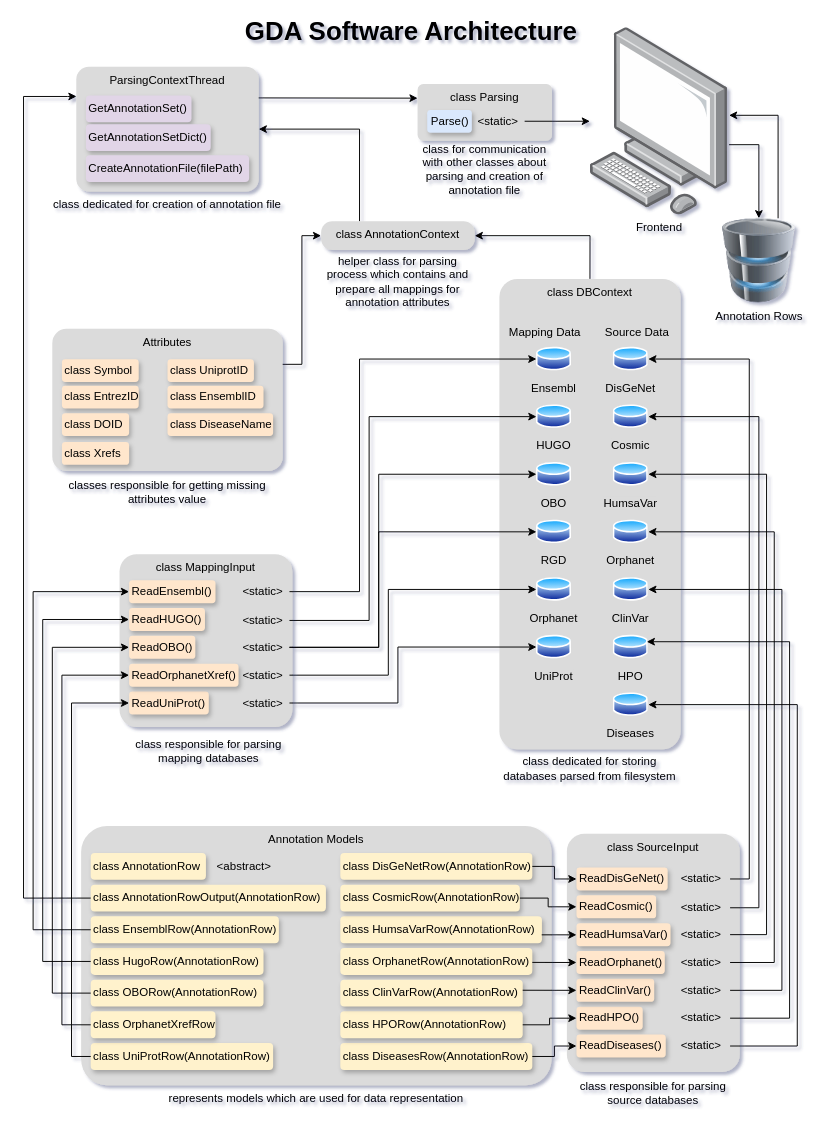
This is GDA_Diagram.drawio from lukamilosevic11/GDA, a draw.io file, before an edit. Source tidied: cells renumbered, new cells numbered last; positions are measured from the earlier drawing's top-left corner, leaving out a move shared by most shapes. Both pictures are drawn from the tidied source at 96%, with x=0, y=0 at pixel (23, 17). Pictures stored in the file or linked from it are replaced by grey dashed boxes.
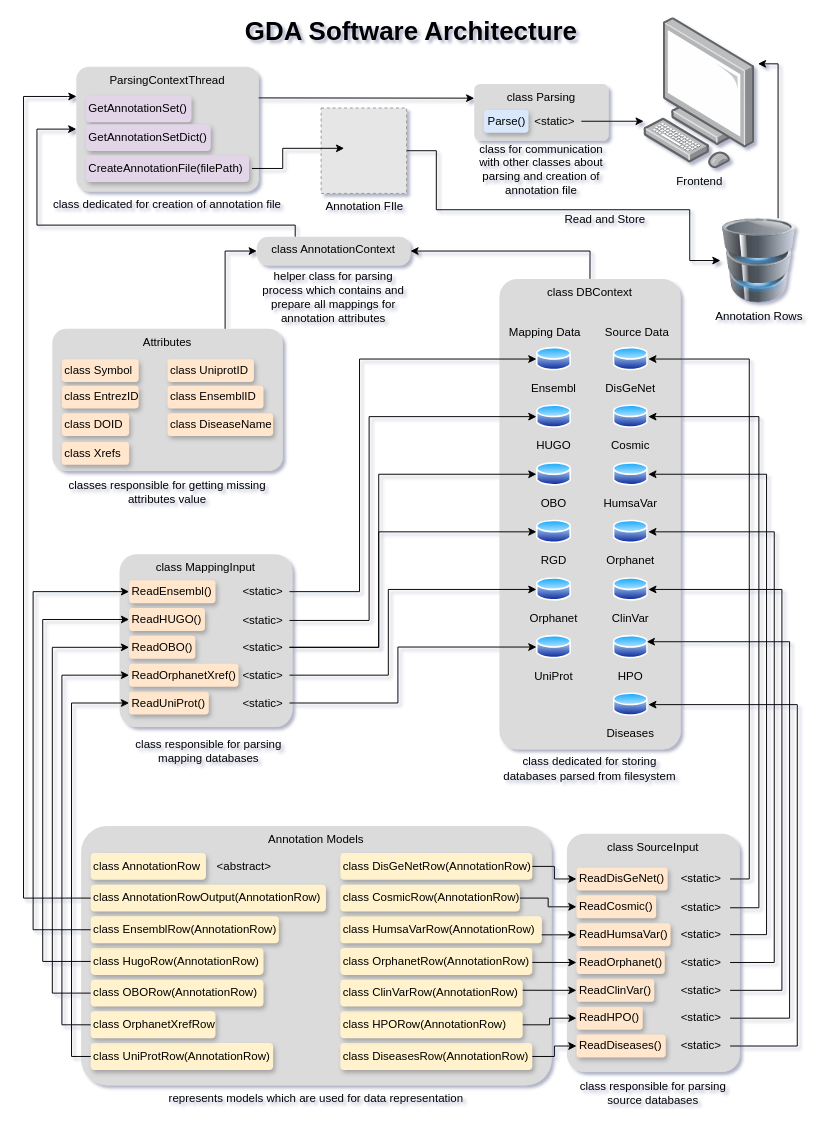
The same diagram, later.

The change refers to these unchanged cells:
```xml
<mxCell id="3" value="Annotation Rows" style="image;html=1;image=img/lib/clip_art/computers/Database_128x128.png;labelBackgroundColor=none;" parent="1" vertex="1">
  <mxGeometry x="726" y="208.9" width="80" height="88" as="geometry" />
</mxCell>
<mxCell id="10" value="ParsingContextThread" style="rounded=1;arcSize=10;strokeColor=none;fillColor=#DBDBDB;gradientColor=none;sketch=0;fontColor=#000000;verticalAlign=top;" parent="9" vertex="1">
  <mxGeometry x="25" width="190" height="130" as="geometry" />
</mxCell>
<mxCell id="70" value="Attributes" style="rounded=1;arcSize=10;strokeColor=none;fillColor=#DBDBDB;gradientColor=none;sketch=0;fontColor=#000000;verticalAlign=top;" parent="68" vertex="1">
  <mxGeometry width="240" height="148" as="geometry" />
</mxCell>
<mxCell id="127" value="class AnnotationContext" style="rounded=1;arcSize=39;strokeColor=none;fillColor=#DBDBDB;gradientColor=none;sketch=0;fontColor=#000000;verticalAlign=top;" parent="126" vertex="1" collapsed="1">
  <mxGeometry width="160" height="30" as="geometry" />
</mxCell>
```

Diff of the diagram source:
```diff
@@
-    <mxCell id="2" style="edgeStyle=orthogonalEdgeStyle;rounded=0;jettySize=auto;html=1;exitX=0.75;exitY=0;exitDx=0;exitDy=0;entryX=1.007;entryY=0.468;entryDx=0;entryDy=0;entryPerimeter=0;" parent="1" edge="1" source="3" target="92">
-      <mxGeometry relative="1" as="geometry" />
-    </mxCell>
+    <mxCell id="130" style="edgeStyle=orthogonalEdgeStyle;rounded=0;jettySize=auto;html=1;exitX=0.75;exitY=0;exitDx=0;exitDy=0;" parent="1" edge="1" source="3">
+      <mxGeometry relative="1" as="geometry">
+        <mxPoint x="765" y="48" as="targetPoint" />
+        <Array as="points">
+          <mxPoint x="786" y="48" />
+          <mxPoint x="765" y="48" />
+        </Array>
+      </mxGeometry>
+    </mxCell>
@@
     <mxCell id="4" style="group;align=center;spacingLeft=0;" parent="1" vertex="1">
-      <mxGeometry x="403" y="69" width="155" height="119" as="geometry" />
+      <mxGeometry x="462" y="69" width="155" height="119" as="geometry" />
     </mxCell>
@@
-    <mxCell id="91" style="edgeStyle=orthogonalEdgeStyle;rounded=0;jettySize=auto;html=1;exitX=1.007;exitY=0.625;exitDx=0;exitDy=0;exitPerimeter=0;entryX=0.5;entryY=0;entryDx=0;entryDy=0;" parent="1" edge="1" source="92" target="3">
-      <mxGeometry relative="1" as="geometry">
-        <Array as="points">
-          <mxPoint x="766" y="132" />
-        </Array>
-      </mxGeometry>
-    </mxCell>
     <mxCell id="92" value="Frontend" style="points=[];html=1;align=center;shadow=0;dashed=0;image;image=img/lib/allied_telesis/computer_and_terminals/Personal_Computer.svg;labelBackgroundColor=none;labelBorderColor=none;sketch=0;fillStyle=auto;fontColor=#000000;strokeColor=#000000;fillColor=#2F5B7C;" parent="1" vertex="1">
-      <mxGeometry x="590" y="10.3" width="143.9" height="195.1" as="geometry" />
+      <mxGeometry x="646" width="116" height="157.2" as="geometry" />
     </mxCell>
@@
-    <mxCell id="95" style="edgeStyle=orthogonalEdgeStyle;rounded=0;jettySize=auto;html=1;exitX=0.25;exitY=0;exitDx=0;exitDy=0;entryX=1;entryY=0.5;entryDx=0;entryDy=0;fontColor=#000000;" parent="1" edge="1" source="127" target="10">
-      <mxGeometry relative="1" as="geometry" />
-    </mxCell>
@@
-    <mxCell id="109" style="edgeStyle=orthogonalEdgeStyle;rounded=0;jettySize=auto;html=1;exitX=1;exitY=0.25;exitDx=0;exitDy=0;entryX=0;entryY=0.5;entryDx=0;entryDy=0;fontColor=#000000;" parent="1" edge="1" source="70" target="127">
-      <mxGeometry relative="1" as="geometry" />
-    </mxCell>
@@
     <mxCell id="126" style="group;" parent="1" vertex="1">
-      <mxGeometry x="310" y="212" width="160" height="96" as="geometry" />
+      <mxGeometry x="243" y="228" width="160" height="96" as="geometry" />
     </mxCell>
@@
+    <mxCell id="131" style="edgeStyle=orthogonalEdgeStyle;rounded=0;jettySize=auto;html=1;entryX=0;entryY=0.5;entryDx=0;entryDy=0;sourcePerimeterSpacing=-21;" parent="1" edge="1" source="132" target="3">
+      <mxGeometry relative="1" as="geometry">
+        <Array as="points">
+          <mxPoint x="430" y="139" />
+          <mxPoint x="430" y="200" />
+          <mxPoint x="694" y="200" />
+          <mxPoint x="694" y="253" />
+        </Array>
+      </mxGeometry>
+    </mxCell>
+    <mxCell id="132" value="Annotation FIle" style="fillColor=#E6E6E6;strokeColor=#999999;dashed=1;html=1;verticalAlign=top;verticalLabelPosition=bottom;labelBackgroundColor=none;" parent="1" vertex="1">
+      <mxGeometry x="310" y="94" width="89" height="89" as="geometry" />
+    </mxCell>
+    <mxCell id="109" style="edgeStyle=orthogonalEdgeStyle;rounded=0;jettySize=auto;html=1;exitX=0.75;exitY=0;exitDx=0;exitDy=0;entryX=0;entryY=0.5;entryDx=0;entryDy=0;" parent="1" edge="1" source="70" target="127">
+      <mxGeometry relative="1" as="geometry" />
+    </mxCell>
+    <mxCell id="133" style="edgeStyle=orthogonalEdgeStyle;rounded=0;orthogonalLoop=1;jettySize=auto;html=1;sourcePerimeterSpacing=0;targetPerimeterSpacing=0;" parent="1" edge="1">
+      <mxGeometry relative="1" as="geometry">
+        <mxPoint x="238" y="157" as="sourcePoint" />
+        <mxPoint x="334" y="136" as="targetPoint" />
+        <Array as="points">
+          <mxPoint x="270" y="157" />
+          <mxPoint x="270" y="136" />
+          <mxPoint x="333" y="136" />
+        </Array>
+      </mxGeometry>
+    </mxCell>
+    <mxCell id="134" value="Read and Store" style="text;html=1;strokeColor=none;fillColor=none;align=center;verticalAlign=middle;whiteSpace=wrap;rounded=0;labelBackgroundColor=none;labelBorderColor=none;" parent="1" vertex="1">
+      <mxGeometry x="558" y="195" width="96" height="30" as="geometry" />
+    </mxCell>
+    <mxCell id="95" style="edgeStyle=orthogonalEdgeStyle;rounded=0;jettySize=auto;html=1;exitX=0.25;exitY=0;exitDx=0;exitDy=0;entryX=0;entryY=0.5;entryDx=0;entryDy=0;" parent="1" edge="1" source="127" target="10">
+      <mxGeometry relative="1" as="geometry">
+        <Array as="points">
+          <mxPoint x="283" y="216" />
+          <mxPoint x="14" y="216" />
+          <mxPoint x="14" y="116" />
+        </Array>
+      </mxGeometry>
+    </mxCell>
```
